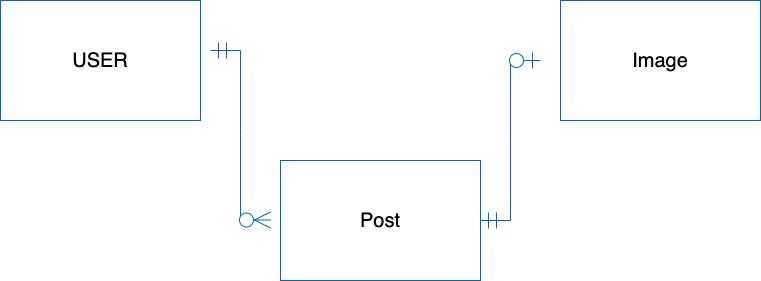
Before: planning/ERD.png, a diagram exported from draw.io (shaialoni/project-3-react). Source tidied: cells renumbered, new cells last; positions are measured from the earlier drawing's top-left corner, leaving out a move shared by most shapes.
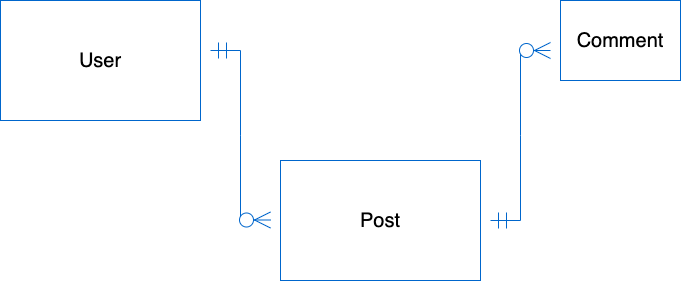
Above is the later version.

Commit message:
comment ERD and goals updates

What changed in the source:
```diff
@@ -2,26 +2,26 @@
   <root>
     <mxCell id="0" />
     <mxCell id="1" parent="0" />
-    <mxCell id="2" value="USER" style="rounded=0;whiteSpace=wrap;html=1;strokeColor=#0066CC;fontSize=20;" parent="1" vertex="1">
-      <mxGeometry width="200" height="120" as="geometry" />
-    </mxCell>
-    <mxCell id="3" style="edgeStyle=entityRelationEdgeStyle;fontSize=12;html=1;endArrow=ERzeroToMany;startArrow=ERmandOne;rounded=0;strokeColor=#0066CC;strokeWidth=1;targetPerimeterSpacing=5;endSize=14;startSize=14;sourcePerimeterSpacing=5;" parent="1" edge="1">
-      <mxGeometry relative="1" as="geometry">
-        <mxPoint x="210" y="50" as="sourcePoint" />
-        <mxPoint x="270" y="219.5" as="targetPoint" />
-      </mxGeometry>
-    </mxCell>
+    <mxCell id="7" value="User" style="rounded=0;whiteSpace=wrap;html=1;strokeColor=#0066CC;fontSize=20;" parent="1" vertex="1">
+      <mxGeometry width="200" height="120" as="geometry" />
+    </mxCell>
+    <mxCell id="8" style="edgeStyle=entityRelationEdgeStyle;fontSize=12;html=1;endArrow=ERzeroToMany;startArrow=ERmandOne;rounded=0;strokeColor=#0066CC;strokeWidth=1;targetPerimeterSpacing=5;endSize=14;startSize=14;sourcePerimeterSpacing=5;" parent="1" edge="1">
+      <mxGeometry relative="1" as="geometry">
+        <mxPoint x="210" y="50" as="sourcePoint" />
+        <mxPoint x="270" y="219.5" as="targetPoint" />
+      </mxGeometry>
+    </mxCell>
     <mxCell id="4" value="Post" style="rounded=0;whiteSpace=wrap;html=1;strokeColor=#0066CC;fontSize=20;" parent="1" vertex="1">
       <mxGeometry x="280" y="160" width="200" height="120" as="geometry" />
     </mxCell>
-    <mxCell id="5" style="edgeStyle=entityRelationEdgeStyle;fontSize=12;html=1;endArrow=ERzeroToOne;startArrow=ERmandOne;rounded=0;startSize=14;endSize=14;sourcePerimeterSpacing=5;targetPerimeterSpacing=5;strokeColor=#0066CC;strokeWidth=1;" parent="1" edge="1">
-      <mxGeometry relative="1" as="geometry">
-        <mxPoint x="480" y="220" as="sourcePoint" />
-        <mxPoint x="540" y="60" as="targetPoint" />
-      </mxGeometry>
-    </mxCell>
-    <mxCell id="6" value="Image" style="rounded=0;whiteSpace=wrap;html=1;fontSize=20;strokeColor=#0066CC;" parent="1" vertex="1">
-      <mxGeometry x="560" width="200" height="120" as="geometry" />
-    </mxCell>
+    <mxCell id="9" value="Comment" style="rounded=0;whiteSpace=wrap;html=1;fontSize=20;strokeColor=#0066CC;" parent="1" vertex="1">
+      <mxGeometry x="560" width="120" height="80" as="geometry" />
+    </mxCell>
+    <mxCell id="10" style="edgeStyle=entityRelationEdgeStyle;fontSize=12;html=1;endArrow=ERzeroToMany;startArrow=ERmandOne;rounded=0;strokeColor=#0066CC;targetPerimeterSpacing=5;sourcePerimeterSpacing=5;endSize=14;startSize=14;" parent="1" edge="1">
+      <mxGeometry relative="1" as="geometry">
+        <mxPoint x="490" y="220" as="sourcePoint" />
+        <mxPoint x="550" y="50" as="targetPoint" />
+      </mxGeometry>
+    </mxCell>
   </root>
 </mxGraphModel>
```
